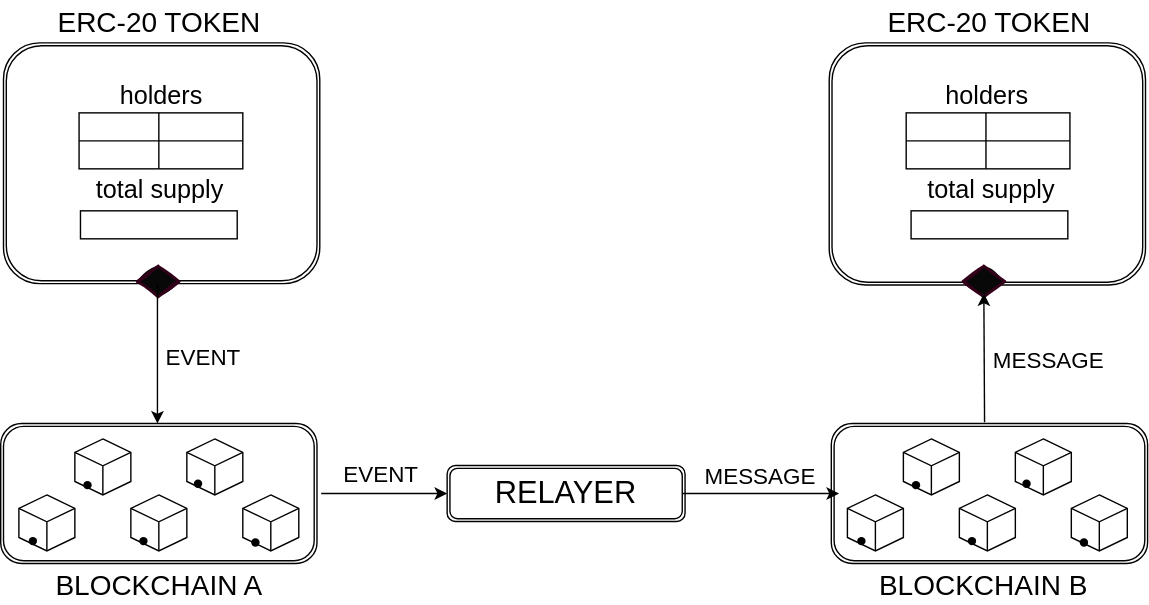
Above: static/img/drawings/interop_message.svg in GoFungible/interop-site (draw.io), before the change. Source tidied: cells renumbered, new cells last; positions are measured from the earlier drawing's top-left corner, leaving out a move shared by most shapes. Source of this version:
```xml
<mxGraphModel>
  <root>
    <mxCell id="0" />
    <mxCell id="1" parent="0" />
    <mxCell id="2" style="shape=ext;double=1;rounded=1;whiteSpace=wrap;html=1;" parent="1" vertex="1">
      <mxGeometry x="593.5" y="302" width="226" height="100" as="geometry" />
    </mxCell>
    <mxCell id="3" style="shape=ext;double=1;rounded=1;whiteSpace=wrap;html=1;" parent="1" vertex="1">
      <mxGeometry y="302" width="226" height="100" as="geometry" />
    </mxCell>
    <mxCell id="4" style="html=1;shape=mxgraph.basic.isocube;isoAngle=15;labelBackgroundColor=none;" parent="1" vertex="1">
      <mxGeometry x="13" y="353" width="40" height="40" as="geometry" />
    </mxCell>
    <mxCell id="5" style="html=1;shape=mxgraph.basic.isocube;isoAngle=15;labelBackgroundColor=none;" parent="1" vertex="1">
      <mxGeometry x="133" y="313" width="40" height="40" as="geometry" />
    </mxCell>
    <mxCell id="6" style="html=1;shape=mxgraph.basic.isocube;isoAngle=15;labelBackgroundColor=none;" parent="1" vertex="1">
      <mxGeometry x="173" y="353" width="40" height="40" as="geometry" />
    </mxCell>
    <mxCell id="7" style="html=1;shape=mxgraph.basic.isocube;isoAngle=15;labelBackgroundColor=none;" parent="1" vertex="1">
      <mxGeometry x="93" y="353" width="40" height="40" as="geometry" />
    </mxCell>
    <mxCell id="8" style="html=1;shape=mxgraph.basic.isocube;isoAngle=15;labelBackgroundColor=none;" parent="1" vertex="1">
      <mxGeometry x="53" y="313" width="40" height="40" as="geometry" />
    </mxCell>
    <mxCell id="9" style="shape=waypoint;sketch=0;fillStyle=solid;size=6;fillColor=none;perimeter=centerPerimeter;labelBackgroundColor=none;" parent="1" vertex="1">
      <mxGeometry x="13" y="376" width="20" height="20" as="geometry" />
    </mxCell>
    <mxCell id="10" style="shape=waypoint;sketch=0;fillStyle=solid;size=6;fillColor=none;perimeter=centerPerimeter;labelBackgroundColor=none;" parent="1" vertex="1">
      <mxGeometry x="92" y="376" width="20" height="20" as="geometry" />
    </mxCell>
    <mxCell id="11" style="shape=waypoint;sketch=0;fillStyle=solid;size=6;fillColor=none;perimeter=centerPerimeter;labelBackgroundColor=none;" parent="1" vertex="1">
      <mxGeometry x="172" y="377" width="20" height="20" as="geometry" />
    </mxCell>
    <mxCell id="12" style="shape=waypoint;sketch=0;fillStyle=solid;size=6;fillColor=none;perimeter=centerPerimeter;labelBackgroundColor=none;" parent="1" vertex="1">
      <mxGeometry x="131" y="335" width="20" height="20" as="geometry" />
    </mxCell>
    <mxCell id="13" style="shape=waypoint;sketch=0;fillStyle=solid;size=6;fillColor=none;perimeter=centerPerimeter;labelBackgroundColor=none;" parent="1" vertex="1">
      <mxGeometry x="52" y="336" width="20" height="20" as="geometry" />
    </mxCell>
    <mxCell id="14" value="&lt;font style=&quot;font-size: 22px;&quot;&gt;RELAYER&lt;/font&gt;" style="shape=ext;double=1;rounded=1;whiteSpace=wrap;html=1;labelBackgroundColor=none;" parent="1" vertex="1">
      <mxGeometry x="319" y="332" width="170" height="40" as="geometry" />
    </mxCell>
    <mxCell id="15" style="endArrow=classic;html=1;rounded=0;entryX=0;entryY=0.5;entryDx=0;entryDy=0;labelBackgroundColor=none;fontColor=default;" parent="1" edge="1" target="14">
      <mxGeometry relative="1" as="geometry">
        <mxPoint x="229" y="352" as="sourcePoint" />
      </mxGeometry>
    </mxCell>
    <mxCell id="16" style="html=1;shape=mxgraph.basic.isocube;isoAngle=15;labelBackgroundColor=none;" parent="1" vertex="1">
      <mxGeometry x="605" y="353" width="40" height="40" as="geometry" />
    </mxCell>
    <mxCell id="17" style="html=1;shape=mxgraph.basic.isocube;isoAngle=15;labelBackgroundColor=none;" parent="1" vertex="1">
      <mxGeometry x="725" y="313" width="40" height="40" as="geometry" />
    </mxCell>
    <mxCell id="18" style="html=1;shape=mxgraph.basic.isocube;isoAngle=15;labelBackgroundColor=none;" parent="1" vertex="1">
      <mxGeometry x="765" y="353" width="40" height="40" as="geometry" />
    </mxCell>
    <mxCell id="19" style="html=1;shape=mxgraph.basic.isocube;isoAngle=15;labelBackgroundColor=none;" parent="1" vertex="1">
      <mxGeometry x="685" y="353" width="40" height="40" as="geometry" />
    </mxCell>
    <mxCell id="20" style="html=1;shape=mxgraph.basic.isocube;isoAngle=15;labelBackgroundColor=none;" parent="1" vertex="1">
      <mxGeometry x="645" y="313" width="40" height="40" as="geometry" />
    </mxCell>
    <mxCell id="21" style="shape=waypoint;sketch=0;fillStyle=solid;size=6;fillColor=none;perimeter=centerPerimeter;labelBackgroundColor=none;" parent="1" vertex="1">
      <mxGeometry x="605" y="376" width="20" height="20" as="geometry" />
    </mxCell>
    <mxCell id="22" style="shape=waypoint;sketch=0;fillStyle=solid;size=6;fillColor=none;perimeter=centerPerimeter;labelBackgroundColor=none;" parent="1" vertex="1">
      <mxGeometry x="684" y="376" width="20" height="20" as="geometry" />
    </mxCell>
    <mxCell id="23" style="shape=waypoint;sketch=0;fillStyle=solid;size=6;fillColor=none;perimeter=centerPerimeter;labelBackgroundColor=none;" parent="1" vertex="1">
      <mxGeometry x="764" y="377" width="20" height="20" as="geometry" />
    </mxCell>
    <mxCell id="24" style="shape=waypoint;sketch=0;fillStyle=solid;size=6;fillColor=none;perimeter=centerPerimeter;labelBackgroundColor=none;" parent="1" vertex="1">
      <mxGeometry x="723" y="335" width="20" height="20" as="geometry" />
    </mxCell>
    <mxCell id="25" style="shape=waypoint;sketch=0;fillStyle=solid;size=6;fillColor=none;perimeter=centerPerimeter;labelBackgroundColor=none;" parent="1" vertex="1">
      <mxGeometry x="644" y="336" width="20" height="20" as="geometry" />
    </mxCell>
    <mxCell id="26" value="&lt;font style=&quot;font-size: 20px;&quot;&gt;BLOCKCHAIN A&lt;/font&gt;" style="text;html=1;whiteSpace=wrap;strokeColor=none;fillColor=none;align=center;verticalAlign=middle;rounded=0;" parent="1" vertex="1">
      <mxGeometry x="35.5" y="402" width="155" height="30" as="geometry" />
    </mxCell>
    <mxCell id="27" value="&lt;span style=&quot;font-size: 16px;&quot;&gt;EVENT&lt;/span&gt;" style="text;html=1;whiteSpace=wrap;strokeColor=none;fillColor=none;align=center;verticalAlign=middle;rounded=0;" parent="1" vertex="1">
      <mxGeometry x="239" y="323" width="66" height="30" as="geometry" />
    </mxCell>
    <mxCell id="28" style="endArrow=classic;html=1;rounded=0;exitX=1;exitY=0.5;exitDx=0;exitDy=0;exitPerimeter=0;labelBackgroundColor=none;fontColor=default;" parent="1" edge="1">
      <mxGeometry relative="1" as="geometry">
        <mxPoint x="487" y="352" as="sourcePoint" />
        <mxPoint x="599" y="352" as="targetPoint" />
      </mxGeometry>
    </mxCell>
    <mxCell id="29" style="shape=ext;double=1;rounded=1;whiteSpace=wrap;html=1;" parent="1" vertex="1">
      <mxGeometry x="2" y="30" width="226" height="172" as="geometry" />
    </mxCell>
    <mxCell id="30" value="&lt;font style=&quot;font-size: 20px;&quot;&gt;BLOCKCHAIN B&lt;/font&gt;" style="text;html=1;whiteSpace=wrap;strokeColor=none;fillColor=none;align=center;verticalAlign=middle;rounded=0;" parent="1" vertex="1">
      <mxGeometry x="625" y="402" width="155" height="30" as="geometry" />
    </mxCell>
    <mxCell id="31" style="shape=ext;double=1;rounded=1;whiteSpace=wrap;html=1;" parent="1" vertex="1">
      <mxGeometry x="592" y="30" width="226" height="173" as="geometry" />
    </mxCell>
    <mxCell id="32" value="&lt;font style=&quot;font-size: 20px;&quot;&gt;ERC-20 TOKEN&lt;/font&gt;" style="text;html=1;whiteSpace=wrap;strokeColor=none;fillColor=none;align=center;verticalAlign=middle;rounded=0;" parent="1" vertex="1">
      <mxGeometry x="36" width="155" height="30" as="geometry" />
    </mxCell>
    <mxCell id="33" style="shape=internalStorage;whiteSpace=wrap;html=1;backgroundOutline=1;dx=57;dy=20;" parent="1" vertex="1">
      <mxGeometry x="56" y="80" width="117" height="40" as="geometry" />
    </mxCell>
    <mxCell id="34" style="shape=internalStorage;whiteSpace=wrap;html=1;backgroundOutline=1;dx=57;dy=20;" parent="1" vertex="1">
      <mxGeometry x="647" y="80" width="117" height="40" as="geometry" />
    </mxCell>
    <mxCell id="35" value="&lt;font style=&quot;font-size: 18px;&quot;&gt;holders&lt;/font&gt;" style="text;html=1;whiteSpace=wrap;strokeColor=none;fillColor=none;align=center;verticalAlign=middle;rounded=0;" parent="1" vertex="1">
      <mxGeometry x="85" y="53" width="60" height="30" as="geometry" />
    </mxCell>
    <mxCell id="36" value="&lt;font style=&quot;font-size: 18px;&quot;&gt;holders&lt;/font&gt;" style="text;html=1;whiteSpace=wrap;strokeColor=none;fillColor=none;align=center;verticalAlign=middle;rounded=0;" parent="1" vertex="1">
      <mxGeometry x="674.5" y="53" width="60" height="30" as="geometry" />
    </mxCell>
    <mxCell id="37" style="rounded=0;whiteSpace=wrap;html=1;" parent="1" vertex="1">
      <mxGeometry x="57" y="150" width="112" height="20" as="geometry" />
    </mxCell>
    <mxCell id="38" value="&lt;font style=&quot;font-size: 18px;&quot;&gt;total supply&lt;/font&gt;" style="text;html=1;whiteSpace=wrap;strokeColor=none;fillColor=none;align=center;verticalAlign=middle;rounded=0;" parent="1" vertex="1">
      <mxGeometry x="59" y="120" width="110" height="30" as="geometry" />
    </mxCell>
    <mxCell id="39" style="rounded=0;whiteSpace=wrap;html=1;" parent="1" vertex="1">
      <mxGeometry x="650.5" y="150" width="112" height="20" as="geometry" />
    </mxCell>
    <mxCell id="40" value="&lt;font style=&quot;font-size: 18px;&quot;&gt;total supply&lt;/font&gt;" style="text;html=1;whiteSpace=wrap;strokeColor=none;fillColor=none;align=center;verticalAlign=middle;rounded=0;" parent="1" vertex="1">
      <mxGeometry x="652.5" y="120" width="110" height="30" as="geometry" />
    </mxCell>
    <mxCell id="41" style="rhombus;whiteSpace=wrap;html=1;strokeWidth=2;fillWeight=-1;hachureGap=8;fillStyle=solid;fillColor=light-dark(#070807, #6fc76f);sketch=1;strokeColor=#33001A;" parent="1" vertex="1">
      <mxGeometry x="98" y="190" width="30" height="22" as="geometry" />
    </mxCell>
    <mxCell id="42" style="rhombus;whiteSpace=wrap;html=1;strokeWidth=2;fillWeight=-1;hachureGap=8;fillStyle=solid;fillColor=light-dark(#070807, #6fc76f);sketch=1;strokeColor=#33001A;" parent="1" vertex="1">
      <mxGeometry x="688" y="190" width="30" height="22" as="geometry" />
    </mxCell>
    <mxCell id="43" value="&lt;font style=&quot;font-size: 20px;&quot;&gt;ERC-20 TOKEN&lt;/font&gt;" style="text;html=1;whiteSpace=wrap;strokeColor=none;fillColor=none;align=center;verticalAlign=middle;rounded=0;" parent="1" vertex="1">
      <mxGeometry x="629" width="155" height="30" as="geometry" />
    </mxCell>
    <mxCell id="44" value="&lt;font style=&quot;font-size: 16px;&quot;&gt;EVENT&lt;/font&gt;" style="text;html=1;whiteSpace=wrap;strokeColor=none;fillColor=none;align=center;verticalAlign=middle;rounded=0;" parent="1" vertex="1">
      <mxGeometry x="112" y="240" width="66" height="30" as="geometry" />
    </mxCell>
    <mxCell id="45" value="&lt;span style=&quot;font-size: 16px;&quot;&gt;MESSAGE&lt;/span&gt;" style="text;html=1;whiteSpace=wrap;strokeColor=none;fillColor=none;align=center;verticalAlign=middle;rounded=0;" parent="1" vertex="1">
      <mxGeometry x="510" y="325" width="66" height="30" as="geometry" />
    </mxCell>
    <mxCell id="46" value="&lt;span style=&quot;font-size: 16px;&quot;&gt;MESSAGE&lt;/span&gt;" style="text;html=1;whiteSpace=wrap;strokeColor=none;fillColor=none;align=center;verticalAlign=middle;rounded=0;" parent="1" vertex="1">
      <mxGeometry x="716" y="242" width="66" height="30" as="geometry" />
    </mxCell>
    <mxCell id="47" style="endArrow=classic;html=1;rounded=0;" parent="1" edge="1">
      <mxGeometry relative="1" as="geometry">
        <mxPoint x="112" y="202" as="sourcePoint" />
        <mxPoint x="112" y="302" as="targetPoint" />
      </mxGeometry>
    </mxCell>
    <mxCell id="48" style="endArrow=classic;html=1;rounded=0;" parent="1" edge="1">
      <mxGeometry relative="1" as="geometry">
        <mxPoint x="703" y="301" as="sourcePoint" />
        <mxPoint x="702.5" y="209" as="targetPoint" />
      </mxGeometry>
    </mxCell>
  </root>
</mxGraphModel>
```
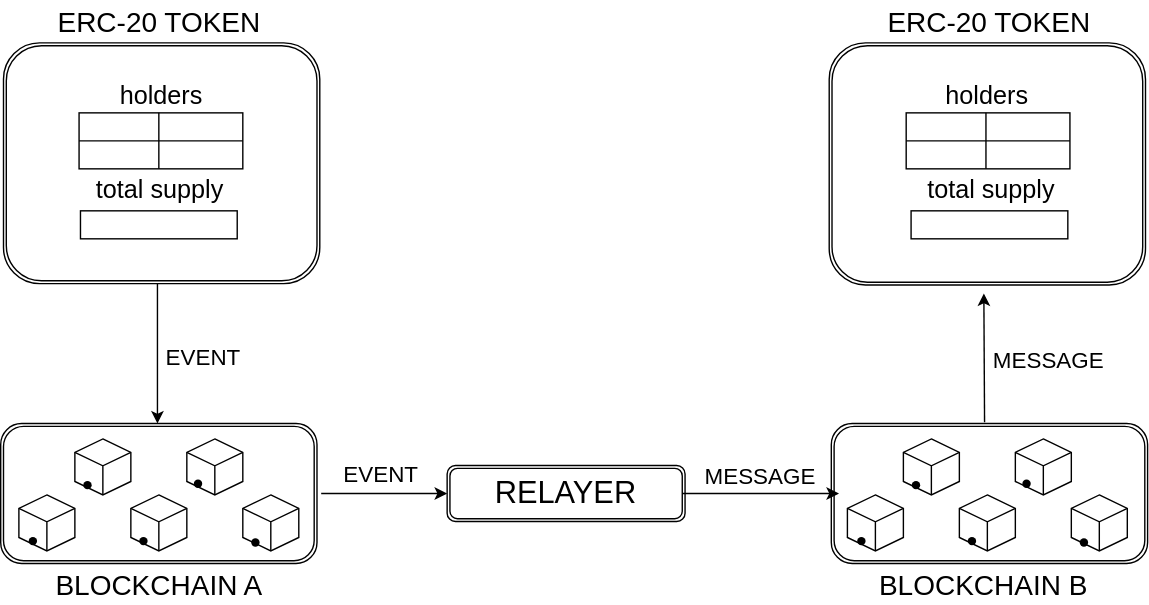
Above is the later version.

Change to the diagram source:
```diff
@@ -124,12 +124,6 @@
     <mxCell id="40" value="&lt;font style=&quot;font-size: 18px;&quot;&gt;total supply&lt;/font&gt;" style="text;html=1;whiteSpace=wrap;strokeColor=none;fillColor=none;align=center;verticalAlign=middle;rounded=0;" parent="1" vertex="1">
       <mxGeometry x="652.5" y="120" width="110" height="30" as="geometry" />
     </mxCell>
-    <mxCell id="41" style="rhombus;whiteSpace=wrap;html=1;strokeWidth=2;fillWeight=-1;hachureGap=8;fillStyle=solid;fillColor=light-dark(#070807, #6fc76f);sketch=1;strokeColor=#33001A;" parent="1" vertex="1">
-      <mxGeometry x="98" y="190" width="30" height="22" as="geometry" />
-    </mxCell>
-    <mxCell id="42" style="rhombus;whiteSpace=wrap;html=1;strokeWidth=2;fillWeight=-1;hachureGap=8;fillStyle=solid;fillColor=light-dark(#070807, #6fc76f);sketch=1;strokeColor=#33001A;" parent="1" vertex="1">
-      <mxGeometry x="688" y="190" width="30" height="22" as="geometry" />
-    </mxCell>
     <mxCell id="43" value="&lt;font style=&quot;font-size: 20px;&quot;&gt;ERC-20 TOKEN&lt;/font&gt;" style="text;html=1;whiteSpace=wrap;strokeColor=none;fillColor=none;align=center;verticalAlign=middle;rounded=0;" parent="1" vertex="1">
       <mxGeometry x="629" width="155" height="30" as="geometry" />
     </mxCell>
```
